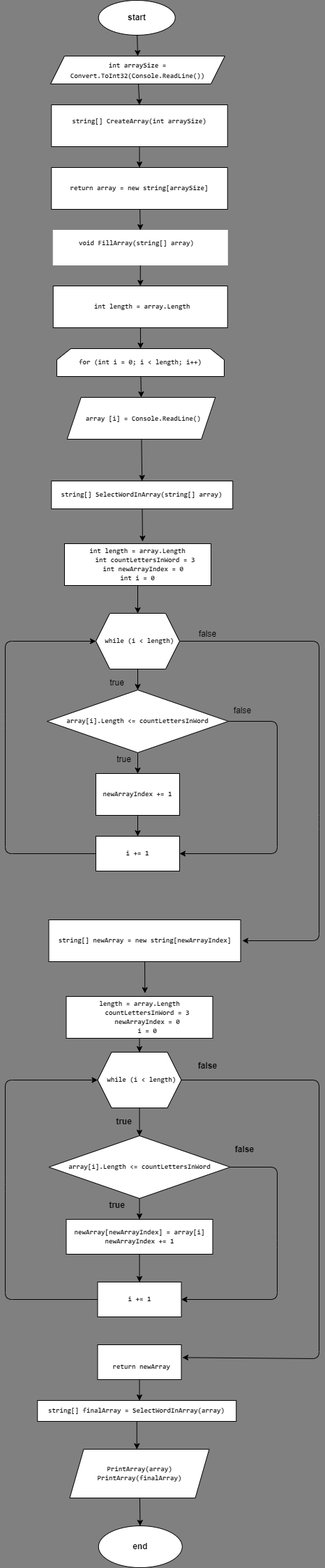
Above: flowchart.png in AleksnikaPro/GeekBrains_Final_Test_28.06.2022 (draw.io), before the change. Source tidied: cells renumbered, new cells last; positions are measured from the earlier drawing's top-left corner, leaving out a move shared by most shapes.
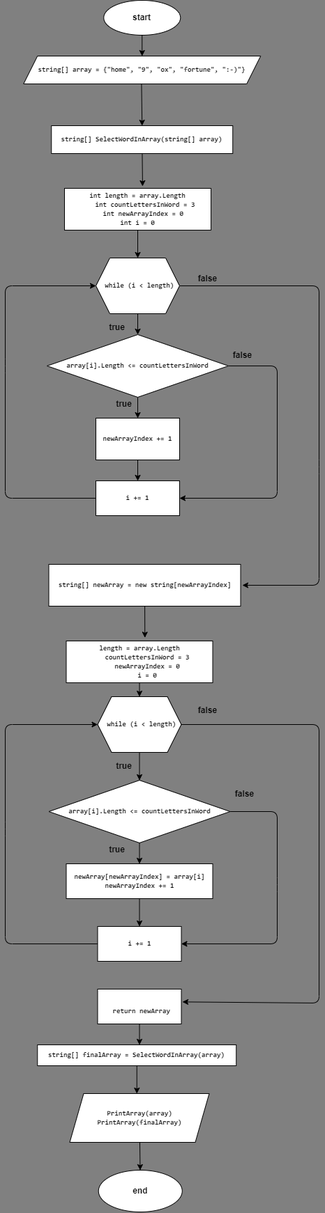
Above is the later version.

The edit, as a diff of the source:
```diff
@@ -6,7 +6,7 @@
       <mxGeometry relative="1" as="geometry" />
     </mxCell>
     <mxCell id="3" value="&lt;span style=&quot;background-color: rgb(255 , 255 , 255)&quot;&gt;&lt;b&gt;start&lt;/b&gt;&lt;/span&gt;" style="ellipse;whiteSpace=wrap;html=1;fontColor=#000000;" parent="1" vertex="1">
-      <mxGeometry x="133.8" width="110" height="50" as="geometry" />
+      <mxGeometry x="141.2" y="510" width="110" height="50" as="geometry" />
     </mxCell>
     <mxCell id="4" style="edgeStyle=none;html=1;entryX=0.5;entryY=0;entryDx=0;entryDy=0;fontColor=#000000;" parent="1" edge="1" source="6" target="9">
       <mxGeometry relative="1" as="geometry" />
@@ -56,13 +56,13 @@
     <mxCell id="13" value="&lt;div style=&quot;font-family: &amp;#34;consolas&amp;#34; , &amp;#34;courier new&amp;#34; , monospace ; font-size: 10px ; line-height: 13px&quot;&gt;&lt;font style=&quot;background-color: rgb(255 , 255 , 255)&quot;&gt;&lt;b&gt;i += 1&lt;/b&gt;&lt;/font&gt;&lt;/div&gt;" style="whiteSpace=wrap;html=1;fontColor=#000000;" parent="1" vertex="1">
       <mxGeometry x="130" y="1200" width="120" height="50" as="geometry" />
     </mxCell>
-    <mxCell id="14" value="true" style="text;html=1;align=center;verticalAlign=middle;strokeColor=none;fillColor=none;fontColor=#000000;" parent="1" vertex="1">
+    <mxCell id="14" value="true" style="text;html=1;align=center;verticalAlign=middle;strokeColor=none;fillColor=none;fontColor=#000000;fontStyle=1;" parent="1" vertex="1">
       <mxGeometry x="150" y="1080" width="40" height="20" as="geometry" />
     </mxCell>
-    <mxCell id="15" value="false" style="text;html=1;align=center;verticalAlign=middle;strokeColor=none;fillColor=none;" parent="1" vertex="1">
+    <mxCell id="15" value="&lt;font color=&quot;#000000&quot;&gt;false&lt;/font&gt;" style="text;html=1;align=center;verticalAlign=middle;strokeColor=none;fillColor=none;fontStyle=1;" parent="1" vertex="1">
       <mxGeometry x="320" y="1010" width="40" height="20" as="geometry" />
     </mxCell>
-    <mxCell id="16" value="false" style="text;html=1;align=center;verticalAlign=middle;strokeColor=none;fillColor=none;fontColor=#000000;" parent="1" vertex="1">
+    <mxCell id="16" value="false" style="text;html=1;align=center;verticalAlign=middle;strokeColor=none;fillColor=none;fontColor=#000000;fontStyle=1;" parent="1" vertex="1">
       <mxGeometry x="270" y="900" width="40" height="20" as="geometry" />
     </mxCell>
     <mxCell id="17" style="edgeStyle=none;html=1;fontColor=#000000;" parent="1" edge="1" source="19">
@@ -88,12 +88,6 @@
         <mxPoint x="80" y="580" as="targetPoint" />
       </mxGeometry>
     </mxCell>
-    <mxCell id="23" style="edgeStyle=none;html=1;entryX=0.5;entryY=0;entryDx=0;entryDy=0;fontColor=#000000;" parent="1" edge="1" source="24" target="52">
-      <mxGeometry relative="1" as="geometry" />
-    </mxCell>
-    <mxCell id="24" value="&lt;div style=&quot;font-family: &amp;#34;consolas&amp;#34; , &amp;#34;courier new&amp;#34; , monospace ; font-size: 10px ; line-height: 13px&quot;&gt;&lt;div&gt;&lt;font style=&quot;background-color: rgb(255 , 255 , 255)&quot;&gt;&lt;b&gt;&amp;nbsp;&lt;span style=&quot;font-family: &amp;#34;consolas&amp;#34; , &amp;#34;courier new&amp;#34; , monospace&quot;&gt;void&lt;/span&gt;&lt;span style=&quot;font-family: &amp;#34;consolas&amp;#34; , &amp;#34;courier new&amp;#34; , monospace&quot;&gt; FillArray(&lt;/span&gt;&lt;span style=&quot;font-family: &amp;#34;consolas&amp;#34; , &amp;#34;courier new&amp;#34; , monospace&quot;&gt;string&lt;/span&gt;&lt;span style=&quot;font-family: &amp;#34;consolas&amp;#34; , &amp;#34;courier new&amp;#34; , monospace&quot;&gt;[] array)&amp;nbsp; &amp;nbsp;&lt;/span&gt;&lt;/b&gt;&lt;/font&gt;&lt;/div&gt;&lt;div&gt;&lt;br&gt;&lt;/div&gt;&lt;/div&gt;" style="whiteSpace=wrap;html=1;rounded=0;strokeColor=#FFFFFF;fontColor=#000000;" parent="1" vertex="1">
-      <mxGeometry x="68.8" y="330" width="250" height="50" as="geometry" />
-    </mxCell>
     <mxCell id="25" style="edgeStyle=none;html=1;entryX=0.5;entryY=0;entryDx=0;entryDy=0;fontColor=#000000;" parent="1" edge="1" source="27" target="30">
       <mxGeometry relative="1" as="geometry" />
     </mxCell>
@@ -141,7 +135,7 @@
     <mxCell id="34" value="&lt;div style=&quot;font-family: &amp;#34;consolas&amp;#34; , &amp;#34;courier new&amp;#34; , monospace ; font-size: 10px ; line-height: 13px&quot;&gt;&lt;font style=&quot;background-color: rgb(255 , 255 , 255)&quot;&gt;&lt;b&gt;i += 1&lt;/b&gt;&lt;/font&gt;&lt;/div&gt;" style="whiteSpace=wrap;html=1;fontColor=#000000;" parent="1" vertex="1">
       <mxGeometry x="132.5" y="1840" width="120" height="50" as="geometry" />
     </mxCell>
-    <mxCell id="35" value="true" style="text;html=1;align=center;verticalAlign=middle;strokeColor=none;fillColor=none;fontColor=#000000;" parent="1" vertex="1">
+    <mxCell id="35" value="true" style="text;html=1;align=center;verticalAlign=middle;strokeColor=none;fillColor=none;fontColor=#000000;fontStyle=1;" parent="1" vertex="1">
       <mxGeometry x="140" y="970" width="40" height="20" as="geometry" />
     </mxCell>
     <mxCell id="36" value="&lt;b&gt;true&lt;/b&gt;" style="text;html=1;align=center;verticalAlign=middle;strokeColor=none;fillColor=none;fontColor=#000000;" parent="1" vertex="1">
@@ -173,48 +167,20 @@
     <mxCell id="44" value="&lt;font style=&quot;background-color: rgb(255 , 255 , 255)&quot;&gt;&lt;b&gt;end&lt;/b&gt;&lt;/font&gt;" style="ellipse;whiteSpace=wrap;html=1;rounded=0;fontColor=#000000;" parent="1" vertex="1">
       <mxGeometry x="133.8" y="2190" width="120" height="60" as="geometry" />
     </mxCell>
-    <mxCell id="45" style="edgeStyle=none;html=1;entryX=0.5;entryY=0;entryDx=0;entryDy=0;fontColor=#000000;" parent="1" edge="1" source="46" target="56">
-      <mxGeometry relative="1" as="geometry" />
-    </mxCell>
-    <mxCell id="46" value="&lt;div style=&quot;font-family: &amp;quot;consolas&amp;quot; , &amp;quot;courier new&amp;quot; , monospace ; font-size: 10px ; line-height: 13px&quot;&gt;&lt;font style=&quot;background-color: rgb(255 , 255 , 255)&quot;&gt;for (int i = 0; i &amp;lt; length; i++)&lt;/font&gt;&lt;/div&gt;" style="shape=loopLimit;whiteSpace=wrap;html=1;fontColor=#000000;fontStyle=1;" parent="1" vertex="1">
-      <mxGeometry x="74" y="500" width="240" height="40" as="geometry" />
-    </mxCell>
-    <mxCell id="47" style="edgeStyle=none;html=1;entryX=0.5;entryY=0;entryDx=0;entryDy=0;fontColor=#000000;" parent="1" edge="1" source="48" target="58">
-      <mxGeometry relative="1" as="geometry" />
-    </mxCell>
-    <mxCell id="48" value="&lt;font style=&quot;background-color: rgb(255 , 255 , 255)&quot;&gt;&lt;b&gt;&lt;font style=&quot;font-family: &amp;#34;consolas&amp;#34; , &amp;#34;courier new&amp;#34; , monospace ; font-size: 10px&quot;&gt;int&lt;/font&gt;&lt;span style=&quot;font-family: &amp;#34;consolas&amp;#34; , &amp;#34;courier new&amp;#34; , monospace ; font-size: 10px&quot;&gt;&amp;nbsp;arraySize = Convert.ToInt32(Console.ReadLine())&lt;/span&gt;&lt;/b&gt;&lt;/font&gt;" style="shape=parallelogram;perimeter=parallelogramPerimeter;whiteSpace=wrap;html=1;fixedSize=1;fontColor=#000000;" parent="1" vertex="1">
-      <mxGeometry x="65" y="80" width="250" height="40" as="geometry" />
+    <mxCell id="48" value="&lt;div style=&quot;font-family: &amp;#34;consolas&amp;#34; , &amp;#34;courier new&amp;#34; , monospace ; font-size: 10px ; line-height: 13px&quot;&gt;&lt;span style=&quot;background-color: rgb(255 , 255 , 255)&quot;&gt;&lt;b&gt;string[] array = {&quot;home&quot;, &quot;9&quot;, &quot;ox&quot;, &quot;fortune&quot;, &quot;:-)&quot;}&lt;/b&gt;&lt;/span&gt;&lt;/div&gt;" style="shape=parallelogram;perimeter=parallelogramPerimeter;whiteSpace=wrap;html=1;fixedSize=1;fontColor=#000000;" parent="1" vertex="1">
+      <mxGeometry x="26.2" y="590" width="340" height="40" as="geometry" />
     </mxCell>
-    <mxCell id="49" style="edgeStyle=none;html=1;entryX=0.5;entryY=0;entryDx=0;entryDy=0;fontColor=#000000;" parent="1" edge="1" source="50" target="24">
-      <mxGeometry relative="1" as="geometry" />
-    </mxCell>
-    <mxCell id="50" value="&lt;div style=&quot;font-family: &amp;#34;consolas&amp;#34; , &amp;#34;courier new&amp;#34; , monospace ; font-size: 10px ; line-height: 13px&quot;&gt;&lt;font style=&quot;background-color: rgb(255 , 255 , 255)&quot;&gt;&lt;b&gt;&amp;nbsp;return array =&amp;nbsp;&lt;span style=&quot;font-family: &amp;#34;consolas&amp;#34; , &amp;#34;courier new&amp;#34; , monospace&quot;&gt;new&lt;/span&gt;&lt;span style=&quot;font-family: &amp;#34;consolas&amp;#34; , &amp;#34;courier new&amp;#34; , monospace&quot;&gt; &lt;/span&gt;&lt;span style=&quot;font-family: &amp;#34;consolas&amp;#34; , &amp;#34;courier new&amp;#34; , monospace&quot;&gt;string&lt;/span&gt;&lt;span style=&quot;font-family: &amp;#34;consolas&amp;#34; , &amp;#34;courier new&amp;#34; , monospace&quot;&gt;[arraySize]&lt;/span&gt;&amp;nbsp;&lt;/b&gt;&lt;/font&gt;&lt;/div&gt;" style="rounded=0;whiteSpace=wrap;html=1;fontColor=#000000;" parent="1" vertex="1">
-      <mxGeometry x="66.2" y="240" width="252.5" height="60" as="geometry" />
-    </mxCell>
-    <mxCell id="51" style="edgeStyle=none;html=1;entryX=0.5;entryY=0;entryDx=0;entryDy=0;fontColor=#000000;" parent="1" edge="1" source="52" target="46">
-      <mxGeometry relative="1" as="geometry" />
-    </mxCell>
-    <mxCell id="52" value="&lt;div style=&quot;font-family: &amp;#34;consolas&amp;#34; , &amp;#34;courier new&amp;#34; , monospace ; font-size: 10px ; line-height: 13px&quot;&gt;&lt;div&gt;&lt;font style=&quot;background-color: rgb(255 , 255 , 255)&quot;&gt;&lt;b&gt;&amp;nbsp;int&amp;nbsp;length = array.Length&lt;/b&gt;&lt;/font&gt;&lt;/div&gt;&lt;/div&gt;" style="rounded=0;whiteSpace=wrap;html=1;fontColor=#000000;" parent="1" vertex="1">
-      <mxGeometry x="68.8" y="410" width="250" height="60" as="geometry" />
-    </mxCell>
     <mxCell id="53" style="edgeStyle=none;html=1;entryX=0.5;entryY=0;entryDx=0;entryDy=0;fontColor=#000000;" parent="1" edge="1" source="54" target="6">
       <mxGeometry relative="1" as="geometry" />
     </mxCell>
     <mxCell id="54" value="&lt;div style=&quot;font-family: &amp;#34;consolas&amp;#34; , &amp;#34;courier new&amp;#34; , monospace ; font-size: 10px ; line-height: 13px&quot;&gt;&lt;div&gt;&lt;font style=&quot;background-color: rgb(255 , 255 , 255)&quot;&gt;&lt;b&gt;int length = array.Length&lt;/b&gt;&lt;/font&gt;&lt;/div&gt;&lt;div&gt;&lt;font style=&quot;background-color: rgb(255 , 255 , 255)&quot;&gt;&lt;b&gt;&amp;nbsp; &amp;nbsp; int countLettersInWord = 3&lt;/b&gt;&lt;/font&gt;&lt;/div&gt;&lt;div&gt;&lt;font style=&quot;background-color: rgb(255 , 255 , 255)&quot;&gt;&lt;b&gt;&amp;nbsp; &amp;nbsp;int newArrayIndex = 0&lt;/b&gt;&lt;/font&gt;&lt;/div&gt;&lt;div&gt;&lt;font style=&quot;background-color: rgb(255 , 255 , 255)&quot;&gt;&lt;b&gt;int i = 0&lt;/b&gt;&lt;/font&gt;&lt;/div&gt;&lt;/div&gt;" style="whiteSpace=wrap;html=1;rounded=0;fontColor=#000000;" parent="1" vertex="1">
       <mxGeometry x="85" y="780" width="210" height="60" as="geometry" />
     </mxCell>
-    <mxCell id="55" style="edgeStyle=none;html=1;entryX=0.5;entryY=0;entryDx=0;entryDy=0;fontColor=#000000;" parent="1" edge="1" source="56" target="60">
-      <mxGeometry relative="1" as="geometry" />
+    <mxCell id="55" style="edgeStyle=none;html=1;entryX=0.5;entryY=0;entryDx=0;entryDy=0;fontColor=#000000;" parent="1" edge="1" target="60">
+      <mxGeometry relative="1" as="geometry">
+        <mxPoint x="195.4" y="630" as="sourcePoint" />
+      </mxGeometry>
     </mxCell>
-    <mxCell id="56" value="&lt;span style=&quot;font-family: &amp;#34;consolas&amp;#34; , &amp;#34;courier new&amp;#34; , monospace ; font-size: 10px ; background-color: rgb(255 , 255 , 255)&quot;&gt;&lt;font&gt;&lt;b&gt;&amp;nbsp;array [i] = Console.ReadLine()&lt;/b&gt;&lt;/font&gt;&lt;/span&gt;" style="shape=parallelogram;perimeter=parallelogramPerimeter;whiteSpace=wrap;html=1;fixedSize=1;fontColor=#000000;" parent="1" vertex="1">
-      <mxGeometry x="88.8" y="570" width="212.5" height="60" as="geometry" />
-    </mxCell>
-    <mxCell id="57" style="edgeStyle=none;html=1;entryX=0.5;entryY=0;entryDx=0;entryDy=0;fontColor=#000000;" parent="1" edge="1" source="58" target="50">
-      <mxGeometry relative="1" as="geometry" />
-    </mxCell>
-    <mxCell id="58" value="&lt;div style=&quot;font-family: &amp;#34;consolas&amp;#34; , &amp;#34;courier new&amp;#34; , monospace ; font-size: 10px ; line-height: 13px&quot;&gt;&lt;font style=&quot;background-color: rgb(255 , 255 , 255)&quot;&gt;&lt;b&gt;&lt;span style=&quot;font-family: &amp;#34;consolas&amp;#34; , &amp;#34;courier new&amp;#34; , monospace&quot;&gt;string&lt;/span&gt;&lt;span style=&quot;font-family: &amp;#34;consolas&amp;#34; , &amp;#34;courier new&amp;#34; , monospace&quot;&gt;[] CreateArray(&lt;/span&gt;&lt;span style=&quot;font-family: &amp;#34;consolas&amp;#34; , &amp;#34;courier new&amp;#34; , monospace&quot;&gt;int&lt;/span&gt;&lt;span style=&quot;font-family: &amp;#34;consolas&amp;#34; , &amp;#34;courier new&amp;#34; , monospace&quot;&gt; arraySize)&lt;/span&gt;&lt;/b&gt;&lt;/font&gt;&lt;/div&gt;&lt;div style=&quot;font-family: &amp;#34;consolas&amp;#34; , &amp;#34;courier new&amp;#34; , monospace ; font-size: 10px ; line-height: 13px&quot;&gt;&lt;br&gt;&lt;/div&gt;" style="rounded=0;whiteSpace=wrap;html=1;fontColor=#000000;" parent="1" vertex="1">
-      <mxGeometry x="66.2" y="150" width="252.5" height="60" as="geometry" />
-    </mxCell>
     <mxCell id="59" style="edgeStyle=none;html=1;entryX=0.533;entryY=-0.05;entryDx=0;entryDy=0;entryPerimeter=0;fontColor=#000000;" parent="1" edge="1" source="60" target="54">
       <mxGeometry relative="1" as="geometry" />
     </mxCell>
```
